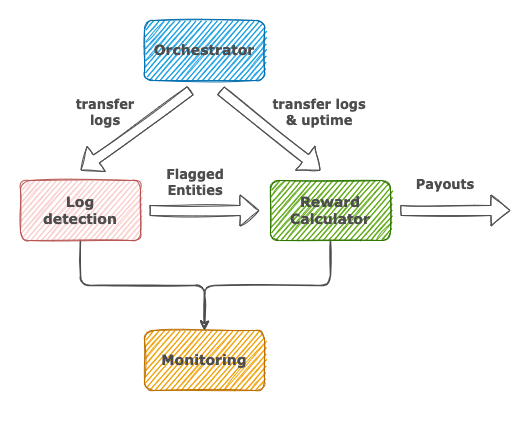
Before: saturn-aliens/reports/images/treasury_diag.drawio.png, a diagram exported from draw.io (protocol/cel-retrieval). Source tidied: cells renumbered, new cells last; positions are measured from the earlier drawing's top-left corner, leaving out a move shared by most shapes.
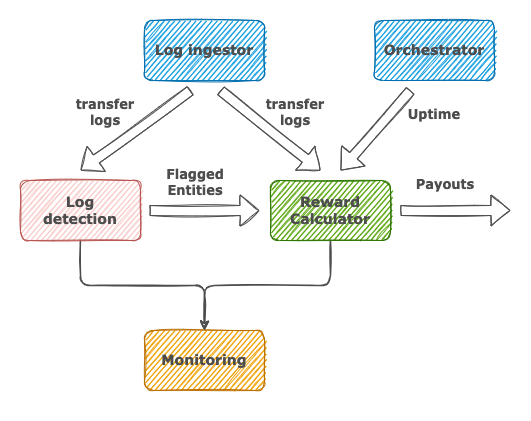
Above is the later version.

Commit message:
Update treasury diagram

What changed in the source:
```diff
@@ -53,11 +53,23 @@
     <mxCell id="14" value="Flagged Entities" style="text;whiteSpace=wrap;html=1;fontSize=13;fontFamily=Verdana;fontColor=#4D4D4D;fontStyle=1;align=center;" parent="1" vertex="1">
       <mxGeometry x="150" y="160" width="90" height="40" as="geometry" />
     </mxCell>
-    <mxCell id="15" value="&lt;h3&gt;&lt;font face=&quot;Verdana&quot; color=&quot;#4D4D4D&quot;&gt;Orchestrator&lt;/font&gt;&lt;/h3&gt;" style="rounded=1;whiteSpace=wrap;html=1;shadow=0;sketch=1;glass=0;fillStyle=hachure;fillColor=#1ba1e2;strokeColor=#006EAF;fontColor=#ffffff;" parent="1" vertex="1">
+    <mxCell id="15" value="&lt;h3&gt;&lt;font face=&quot;Verdana&quot; color=&quot;#4D4D4D&quot;&gt;Log ingestor&lt;/font&gt;&lt;/h3&gt;" style="rounded=1;whiteSpace=wrap;html=1;shadow=0;sketch=1;glass=0;fillStyle=hachure;fillColor=#1ba1e2;strokeColor=#006EAF;fontColor=#ffffff;" parent="1" vertex="1">
       <mxGeometry x="144" y="20" width="120" height="60" as="geometry" />
     </mxCell>
-    <mxCell id="16" value="&lt;div style=&quot;font-size: 13px;&quot;&gt;&lt;font style=&quot;font-size: 13px;&quot;&gt;transfer logs &amp;amp; uptime&lt;br&gt;&lt;/font&gt;&lt;/div&gt;" style="text;whiteSpace=wrap;html=1;fontSize=13;fontFamily=Verdana;fontColor=#4D4D4D;fontStyle=1;align=center;" parent="1" vertex="1">
-      <mxGeometry x="264" y="90" width="110" height="40" as="geometry" />
-    </mxCell>
+    <mxCell id="17" value="&lt;h3&gt;&lt;font face=&quot;Verdana&quot; color=&quot;#4D4D4D&quot;&gt;Orchestrator&lt;/font&gt;&lt;/h3&gt;" style="rounded=1;whiteSpace=wrap;html=1;shadow=0;sketch=1;glass=0;fillStyle=hachure;fillColor=#1ba1e2;strokeColor=#006EAF;fontColor=#ffffff;" parent="1" vertex="1">
+      <mxGeometry x="374" y="20" width="120" height="60" as="geometry" />
+    </mxCell>
+    <mxCell id="18" value="&lt;div style=&quot;font-size: 13px&quot;&gt;&lt;font style=&quot;font-size: 13px&quot;&gt;Uptime&lt;br&gt;&lt;/font&gt;&lt;/div&gt;" style="text;whiteSpace=wrap;html=1;fontSize=13;fontFamily=Verdana;fontColor=#4D4D4D;fontStyle=1;align=center;" parent="1" vertex="1">
+      <mxGeometry x="379" y="100" width="110" height="40" as="geometry" />
+    </mxCell>
+    <mxCell id="19" value="&lt;div style=&quot;font-size: 13px;&quot;&gt;&lt;font style=&quot;font-size: 13px;&quot;&gt;transfer logs&lt;/font&gt;&lt;/div&gt;" style="text;whiteSpace=wrap;html=1;fontSize=13;fontFamily=Verdana;fontColor=#4D4D4D;fontStyle=1;align=center;" parent="1" vertex="1">
+      <mxGeometry x="260" y="90" width="70" height="40" as="geometry" />
+    </mxCell>
+    <mxCell id="20" style="shape=flexArrow;endArrow=classic;html=1;rounded=1;fontFamily=Verdana;fontColor=#4D4D4D;sketch=1;shadow=0;strokeColor=#4D4D4D;" parent="1" edge="1">
+      <mxGeometry relative="1" as="geometry">
+        <mxPoint x="410" y="90" as="sourcePoint" />
+        <mxPoint x="340" y="170" as="targetPoint" />
+      </mxGeometry>
+    </mxCell>
   </root>
 </mxGraphModel>
```
